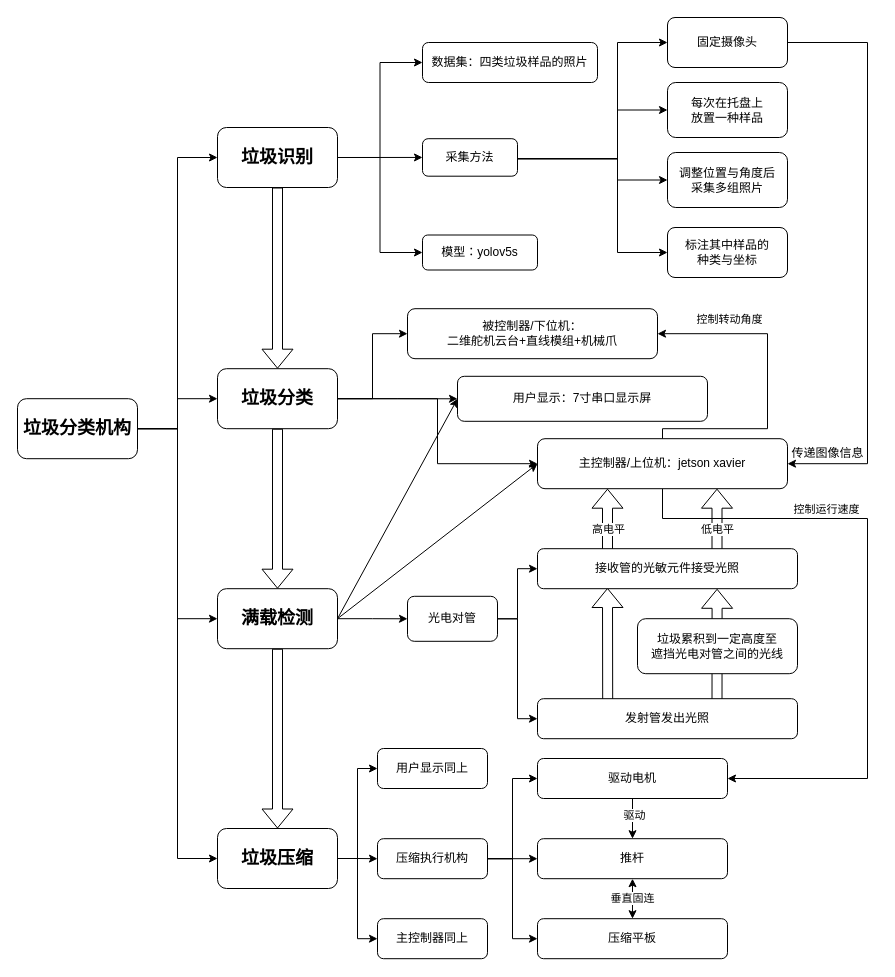
The draw.io diagram rubbish.drawio in asandstar/ArduinoBalanceCar, before the edit. Source tidied: cells renumbered, new cells numbered last; positions are measured from the earlier drawing's top-left corner, leaving out a move shared by most shapes. Both pictures are drawn from the tidied source at 100%, with x=0, y=0 at pixel (17, 17).
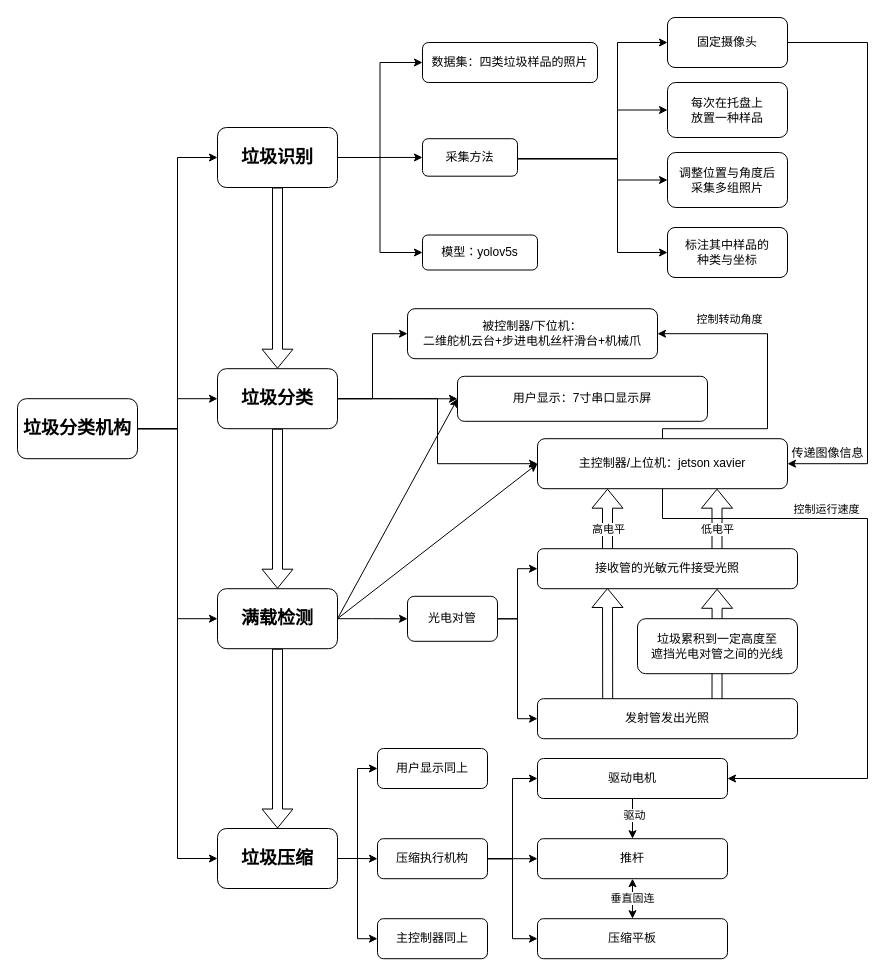
Above is the later version.

The edit, as a diff of the source:
```diff
@@
-    <mxCell id="41" value="被控制器/下位机：&lt;br&gt;二维舵机云台+直线模组+机械爪" style="rounded=1;whiteSpace=wrap;html=1;" parent="1" vertex="1">
+    <mxCell id="41" value="被控制器/下位机：&lt;br&gt;二维舵机云台+步进电机丝杆滑台+机械爪" style="rounded=1;whiteSpace=wrap;html=1;" parent="1" vertex="1">
       <mxGeometry x="390" y="291.2" width="250" height="50" as="geometry" />
     </mxCell>
```
